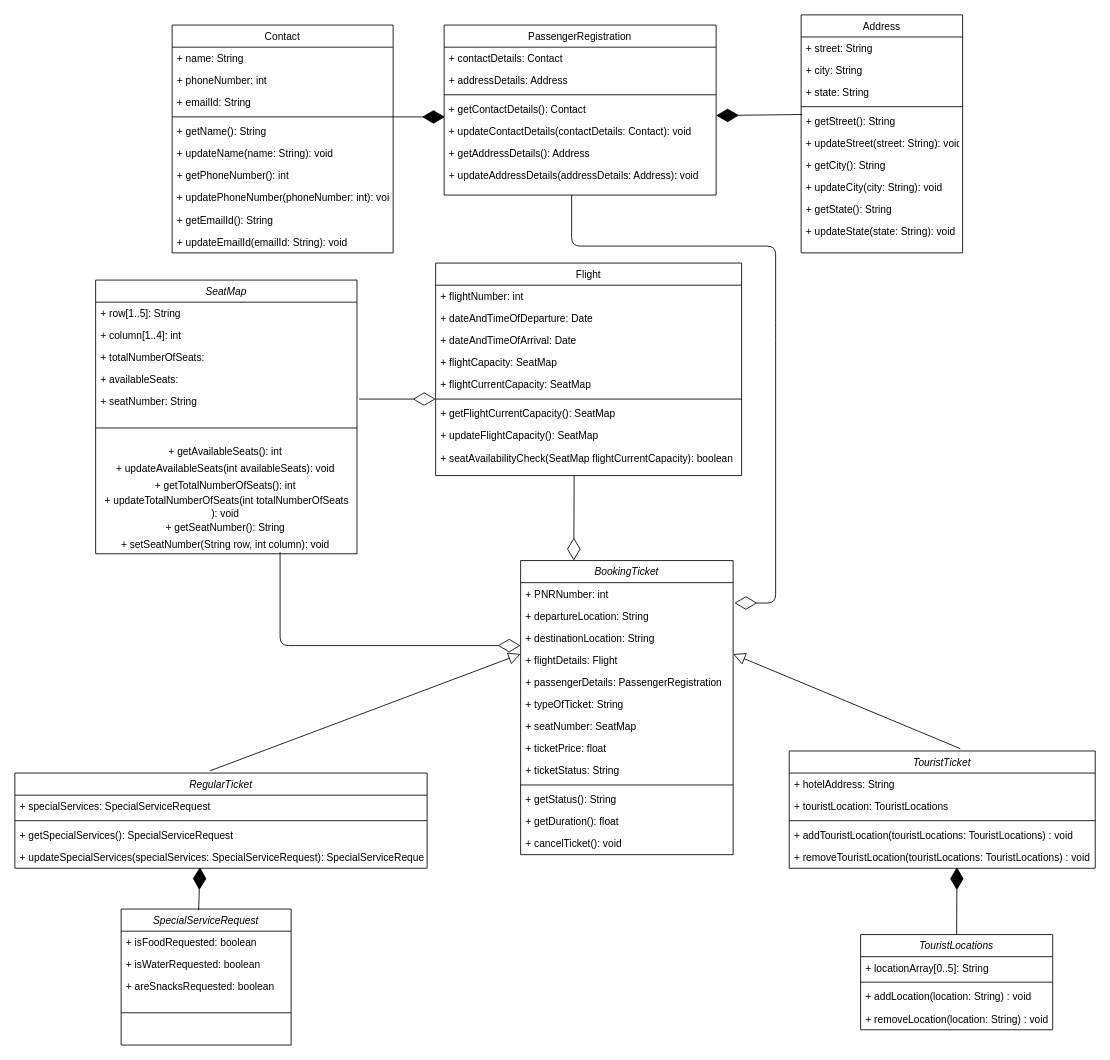
The draw.io diagram Flight Reservation System.drawio in SaiArjunL/my_repo, before the edit. Source tidied: cells renumbered, new cells numbered last; positions are measured from the earlier drawing's top-left corner, leaving out a move shared by most shapes. Both pictures are drawn from the tidied source at 85%, with x=0, y=0 at pixel (14, 14).
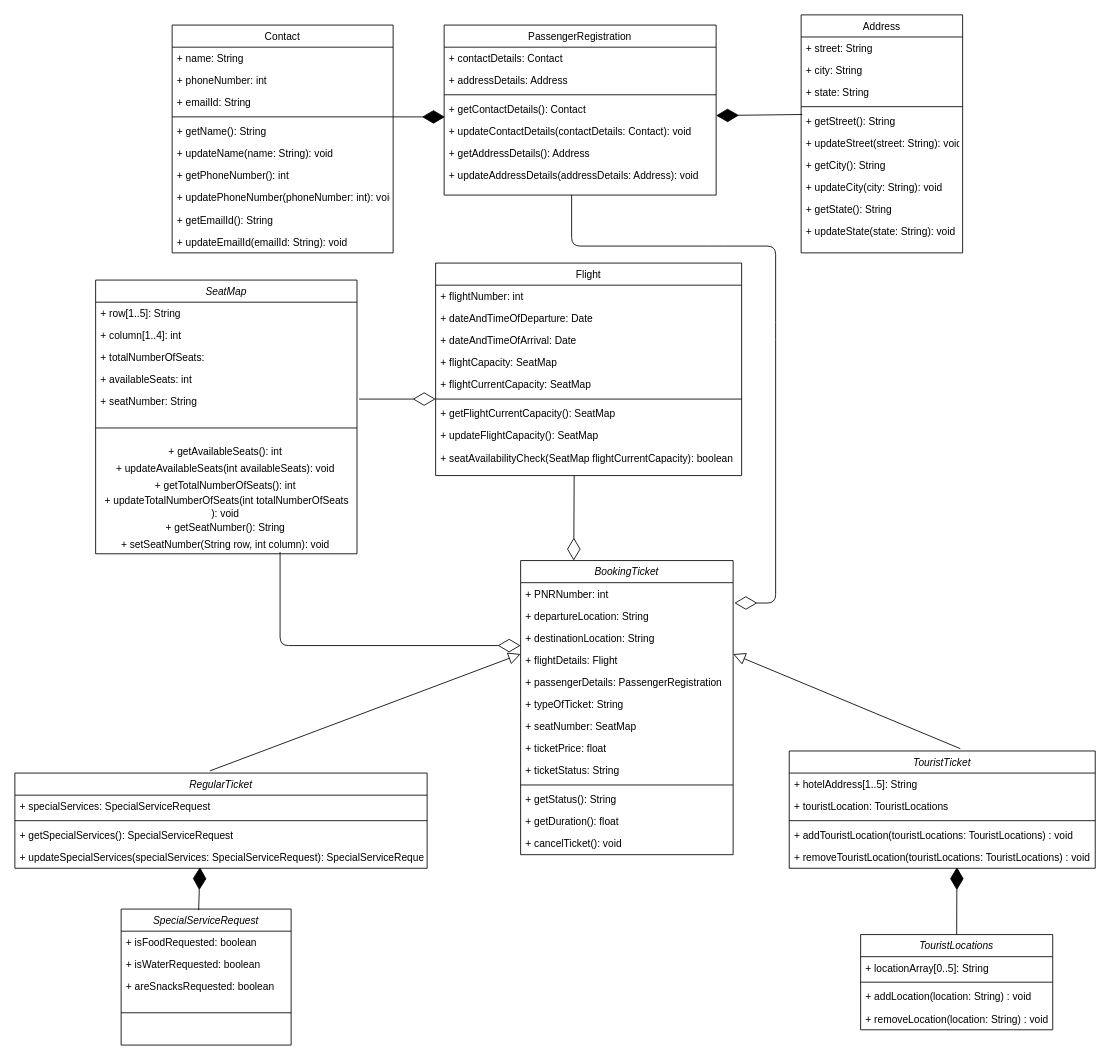
The same page after the edit.

The change refers to these unchanged cells:
```xml
<mxCell id="44" value="TouristTicket" style="swimlane;fontStyle=2;align=center;verticalAlign=top;horizontal=1;startSize=26;rounded=0;shadow=0;strokeWidth=1;" parent="1" vertex="1">
  <mxGeometry x="911" y="866" width="360" height="138" as="geometry" />
</mxCell>
<mxCell id="83" value="SeatMap" style="swimlane;fontStyle=2;align=center;verticalAlign=top;horizontal=1;startSize=26;rounded=0;shadow=0;strokeWidth=1;" parent="1" vertex="1">
  <mxGeometry x="95" y="312" width="307.5" height="322" as="geometry" />
</mxCell>
```

The edit, as a diff of the source:
```diff
@@
-    <mxCell id="45" value="+ hotelAddress: String" style="text;align=left;verticalAlign=top;spacingLeft=4;spacingRight=4;overflow=hidden;" parent="44" vertex="1">
+    <mxCell id="45" value="+ hotelAddress[1..5]: String" style="text;align=left;verticalAlign=top;spacingLeft=4;spacingRight=4;overflow=hidden;" parent="44" vertex="1">
       <mxGeometry y="26" width="360" height="26" as="geometry" />
     </mxCell>
@@
-    <mxCell id="87" value="+ availableSeats:" style="text;align=left;verticalAlign=top;spacingLeft=4;spacingRight=4;overflow=hidden;rounded=0;shadow=0;html=0;" parent="83" vertex="1">
+    <mxCell id="87" value="+ availableSeats: int" style="text;align=left;verticalAlign=top;spacingLeft=4;spacingRight=4;overflow=hidden;rounded=0;shadow=0;html=0;" parent="83" vertex="1">
       <mxGeometry y="104" width="307.5" height="26" as="geometry" />
     </mxCell>
```
